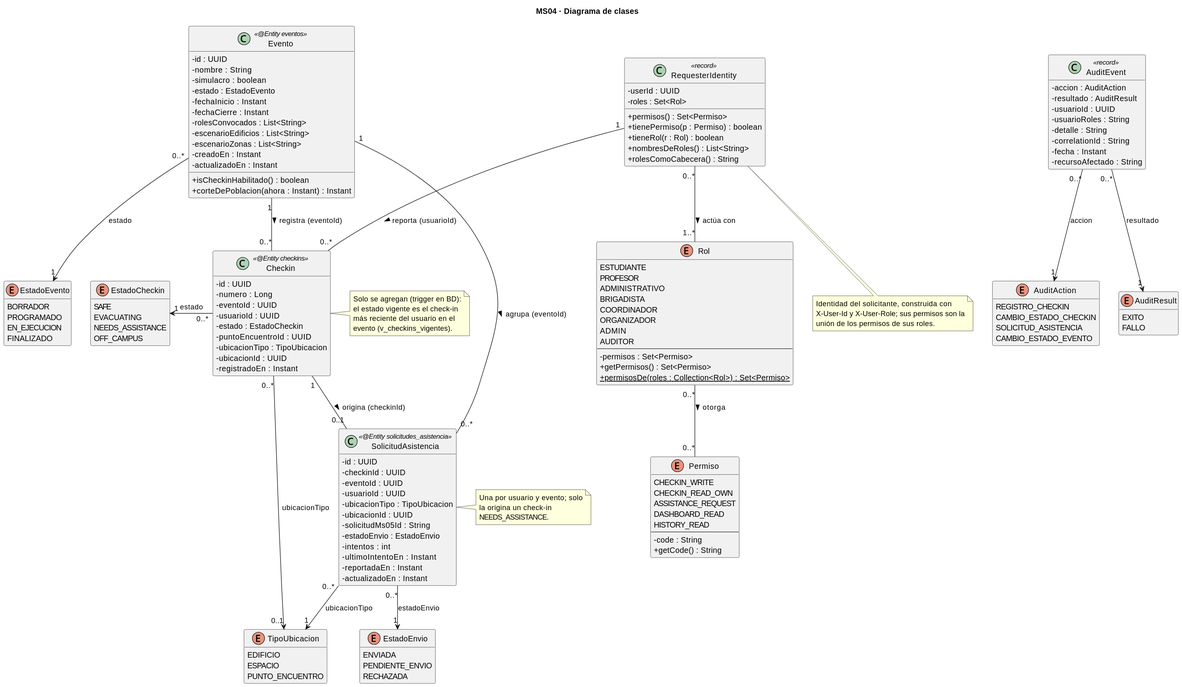
Before: ms04-evacuation-and-check-in/diagrams/ms04-classes.svg, a diagram exported from PlantUML (CampusSeguro-DOSW-2026-2/documentation). Its diagram source:
```plantuml
@startuml
skinparam classAttributeIconSize 0
skinparam shadowing false
hide empty members
title MS04 · Diagrama de clases

class Evento <<@Entity eventos>> {
    - id : UUID
    - nombre : String
    - simulacro : boolean
    - estado : EstadoEvento
    - fechaInicio : Instant
    - fechaCierre : Instant
    - rolesConvocados : List<String>
    - escenarioEdificios : List<String>
    - escenarioZonas : List<String>
    - creadoEn : Instant
    - actualizadoEn : Instant
    + isCheckinHabilitado() : boolean
    + corteDePoblacion(ahora : Instant) : Instant
}

class Checkin <<@Entity checkins>> {
    - id : UUID
    - numero : Long
    - eventoId : UUID
    - usuarioId : UUID
    - estado : EstadoCheckin
    - puntoEncuentroId : UUID
    - ubicacionTipo : TipoUbicacion
    - ubicacionId : UUID
    - registradoEn : Instant
}

class SolicitudAsistencia <<@Entity solicitudes_asistencia>> {
    - id : UUID
    - checkinId : UUID
    - eventoId : UUID
    - usuarioId : UUID
    - ubicacionTipo : TipoUbicacion
    - ubicacionId : UUID
    - solicitudMs05Id : String
    - estadoEnvio : EstadoEnvio
    - intentos : int
    - ultimoIntentoEn : Instant
    - reportadaEn : Instant
    - actualizadoEn : Instant
}

enum EstadoEvento {
    BORRADOR
    PROGRAMADO
    EN_EJECUCION
    FINALIZADO
}

enum EstadoCheckin {
    SAFE
    EVACUATING
    NEEDS_ASSISTANCE
    OFF_CAMPUS
}

enum TipoUbicacion {
    EDIFICIO
    ESPACIO
    PUNTO_ENCUENTRO
}

enum EstadoEnvio {
    ENVIADA
    PENDIENTE_ENVIO
    RECHAZADA
}

class RequesterIdentity <<record>> {
    - userId : UUID
    - roles : Set<Rol>
    + permisos() : Set<Permiso>
    + tienePermiso(p : Permiso) : boolean
    + tieneRol(r : Rol) : boolean
    + nombresDeRoles() : List<String>
    + rolesComoCabecera() : String
}

enum Rol {
    ESTUDIANTE
    PROFESOR
    ADMINISTRATIVO
    BRIGADISTA
    COORDINADOR
    ORGANIZADOR
    ADMIN
    AUDITOR
    --
    - permisos : Set<Permiso>
    + getPermisos() : Set<Permiso>
    + {static} permisosDe(roles : Collection<Rol>) : Set<Permiso>
}

enum Permiso {
    CHECKIN_WRITE
    CHECKIN_READ_OWN
    ASSISTANCE_REQUEST
    DASHBOARD_READ
    HISTORY_READ
    --
    - code : String
    + getCode() : String
}

class AuditEvent <<record>> {
    - accion : AuditAction
    - resultado : AuditResult
    - usuarioId : UUID
    - usuarioRoles : String
    - detalle : String
    - correlationId : String
    - fecha : Instant
    - recursoAfectado : String
}

enum AuditAction {
    REGISTRO_CHECKIN
    CAMBIO_ESTADO_CHECKIN
    SOLICITUD_ASISTENCIA
    CAMBIO_ESTADO_EVENTO
}

enum AuditResult {
    EXITO
    FALLO
}

Evento "1" -- "0..*" Checkin : registra (eventoId) >
Evento "1" -- "0..*" SolicitudAsistencia : agrupa (eventoId) >
Checkin "1" -- "0..1" SolicitudAsistencia : origina (checkinId) >
Evento "0..*" --> "1" EstadoEvento : estado
Checkin "0..*" -left-> "1" EstadoCheckin : estado
Checkin "0..*" --> "0..1" TipoUbicacion : ubicacionTipo
SolicitudAsistencia "0..*" --> "1" TipoUbicacion : ubicacionTipo
SolicitudAsistencia "0..*" --> "1" EstadoEnvio : estadoEnvio
RequesterIdentity "0..*" -- "1..*" Rol : actúa con >
Rol "0..*" -- "0..*" Permiso : otorga >
RequesterIdentity "1" -- "0..*" Checkin : reporta (usuarioId) >
AuditEvent "0..*" --> "1" AuditAction : accion
AuditEvent "0..*" --> "1" AuditResult : resultado

note right of Checkin
  Solo se agregan (trigger en BD):
  el estado vigente es el check-in
  más reciente del usuario en el
  evento (v_checkins_vigentes).
end note
note right of SolicitudAsistencia
  Una por usuario y evento; solo
  la origina un check-in
  NEEDS_ASSISTANCE.
end note
note bottom of RequesterIdentity
  Identidad del solicitante, construida con
  X-User-Id y X-User-Role; sus permisos son la
  unión de los permisos de sus roles.
end note
@enduml
```
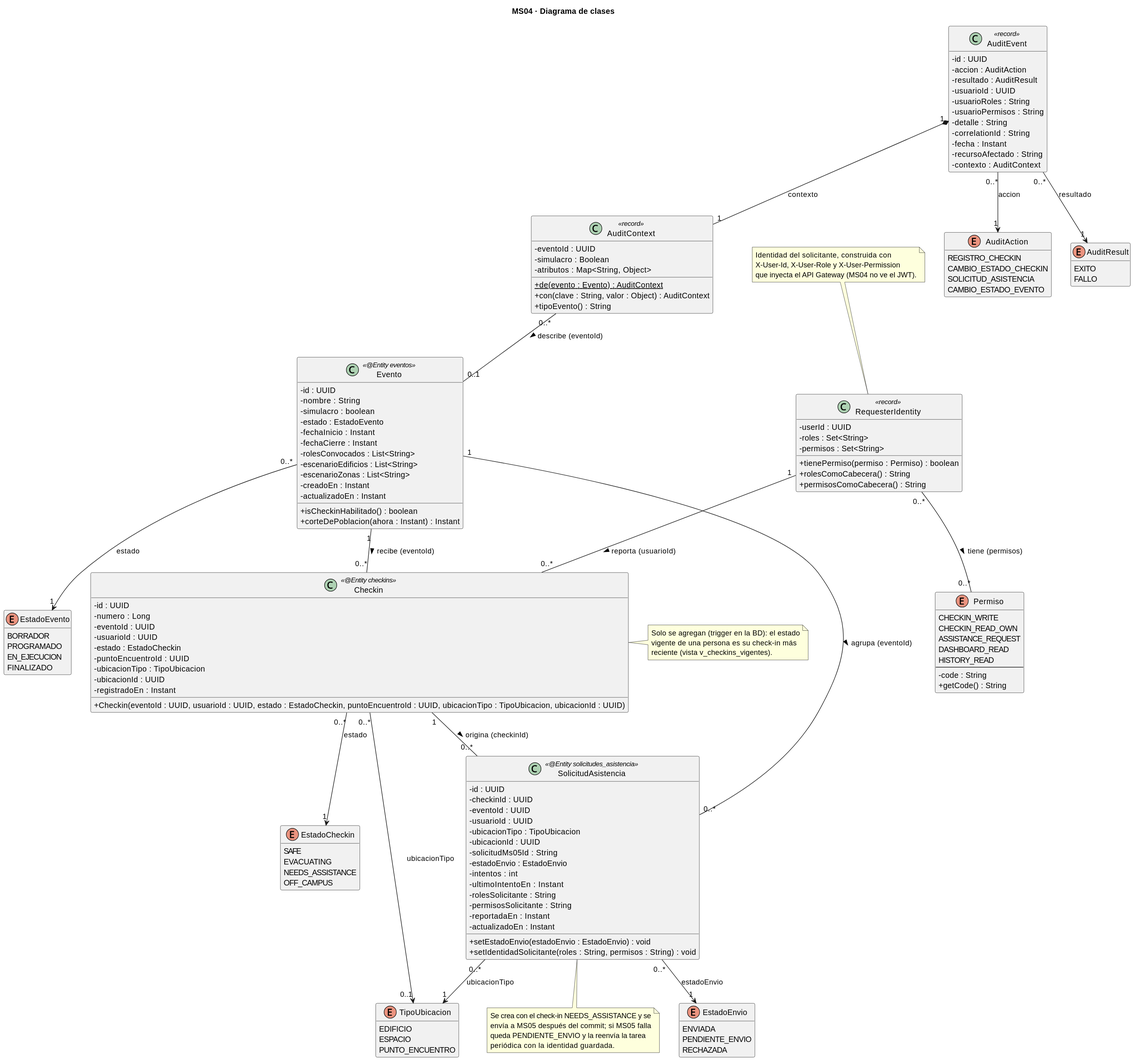
Later version of the same file.

Commit message:
docs(ms04): actualizar los diagramas al codigo actual (BD en su propia EC2, auditoria con contexto)

Diff of the diagram source:
```diff
@@ -30,6 +30,7 @@
     - ubicacionTipo : TipoUbicacion
     - ubicacionId : UUID
     - registradoEn : Instant
+    + Checkin(eventoId : UUID, usuarioId : UUID, estado : EstadoCheckin, puntoEncuentroId : UUID, ubicacionTipo : TipoUbicacion, ubicacionId : UUID)
 }
 
 class SolicitudAsistencia <<@Entity solicitudes_asistencia>> {
@@ -43,8 +44,12 @@
     - estadoEnvio : EstadoEnvio
     - intentos : int
     - ultimoIntentoEn : Instant
+    - rolesSolicitante : String
+    - permisosSolicitante : String
     - reportadaEn : Instant
     - actualizadoEn : Instant
+    + setEstadoEnvio(estadoEnvio : EstadoEnvio) : void
+    + setIdentidadSolicitante(roles : String, permisos : String) : void
 }
 
 enum EstadoEvento {
@@ -75,27 +80,11 @@
 
 class RequesterIdentity <<record>> {
     - userId : UUID
-    - roles : Set<Rol>
-    + permisos() : Set<Permiso>
-    + tienePermiso(p : Permiso) : boolean
-    + tieneRol(r : Rol) : boolean
-    + nombresDeRoles() : List<String>
+    - roles : Set<String>
+    - permisos : Set<String>
+    + tienePermiso(permiso : Permiso) : boolean
     + rolesComoCabecera() : String
-}
-
-enum Rol {
-    ESTUDIANTE
-    PROFESOR
-    ADMINISTRATIVO
-    BRIGADISTA
-    COORDINADOR
-    ORGANIZADOR
-    ADMIN
-    AUDITOR
-    --
-    - permisos : Set<Permiso>
-    + getPermisos() : Set<Permiso>
-    + {static} permisosDe(roles : Collection<Rol>) : Set<Permiso>
+    + permisosComoCabecera() : String
 }
 
 enum Permiso {
@@ -110,14 +99,26 @@
 }
 
 class AuditEvent <<record>> {
+    - id : UUID
     - accion : AuditAction
     - resultado : AuditResult
     - usuarioId : UUID
     - usuarioRoles : String
+    - usuarioPermisos : String
     - detalle : String
     - correlationId : String
     - fecha : Instant
     - recursoAfectado : String
+    - contexto : AuditContext
+}
+
+class AuditContext <<record>> {
+    - eventoId : UUID
+    - simulacro : Boolean
+    - atributos : Map<String, Object>
+    + {static} de(evento : Evento) : AuditContext
+    + con(clave : String, valor : Object) : AuditContext
+    + tipoEvento() : String
 }
 
 enum AuditAction {
@@ -132,34 +133,35 @@
     FALLO
 }
 
-Evento "1" -- "0..*" Checkin : registra (eventoId) >
+Evento "1" -- "0..*" Checkin : recibe (eventoId) >
 Evento "1" -- "0..*" SolicitudAsistencia : agrupa (eventoId) >
-Checkin "1" -- "0..1" SolicitudAsistencia : origina (checkinId) >
+Checkin "1" -- "0..*" SolicitudAsistencia : origina (checkinId) >
 Evento "0..*" --> "1" EstadoEvento : estado
-Checkin "0..*" -left-> "1" EstadoCheckin : estado
+Checkin "0..*" --> "1" EstadoCheckin : estado
 Checkin "0..*" --> "0..1" TipoUbicacion : ubicacionTipo
 SolicitudAsistencia "0..*" --> "1" TipoUbicacion : ubicacionTipo
 SolicitudAsistencia "0..*" --> "1" EstadoEnvio : estadoEnvio
-RequesterIdentity "0..*" -- "1..*" Rol : actúa con >
-Rol "0..*" -- "0..*" Permiso : otorga >
+RequesterIdentity "0..*" -- "0..*" Permiso : tiene (permisos) >
 RequesterIdentity "1" -- "0..*" Checkin : reporta (usuarioId) >
+AuditEvent "1" *-- "1" AuditContext : contexto
+AuditContext "0..*" -- "0..1" Evento : describe (eventoId) >
 AuditEvent "0..*" --> "1" AuditAction : accion
 AuditEvent "0..*" --> "1" AuditResult : resultado
 
 note right of Checkin
-  Solo se agregan (trigger en BD):
-  el estado vigente es el check-in
-  más reciente del usuario en el
-  evento (v_checkins_vigentes).
+  Solo se agregan (trigger en la BD): el estado
+  vigente de una persona es su check-in más
+  reciente (vista v_checkins_vigentes).
 end note
-note right of SolicitudAsistencia
-  Una por usuario y evento; solo
-  la origina un check-in
-  NEEDS_ASSISTANCE.
+note bottom of SolicitudAsistencia
+  Se crea con el check-in NEEDS_ASSISTANCE y se
+  envía a MS05 después del commit; si MS05 falla
+  queda PENDIENTE_ENVIO y la reenvía la tarea
+  periódica con la identidad guardada.
 end note
-note bottom of RequesterIdentity
+note top of RequesterIdentity
   Identidad del solicitante, construida con
-  X-User-Id y X-User-Role; sus permisos son la
-  unión de los permisos de sus roles.
+  X-User-Id, X-User-Role y X-User-Permission
+  que inyecta el API Gateway (MS04 no ve el JWT).
 end note
 @enduml
```
